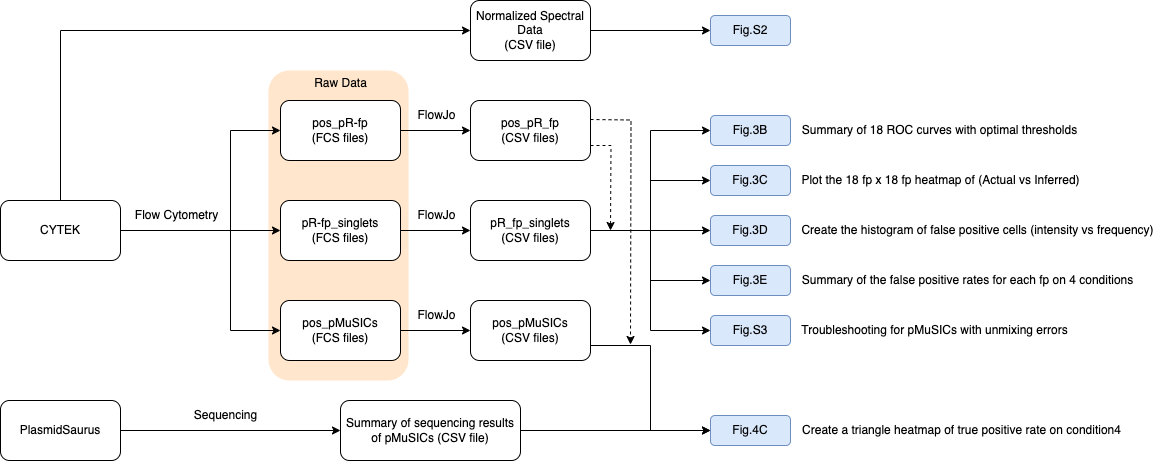
Above: structure_tree.png in birtwistlelab/MuSIC-Fluorescent-Protein-Barcodes--Spectral_Unmixing (draw.io), before the change. Source tidied: cells renumbered, new cells last; positions are measured from the earlier drawing's top-left corner, leaving out a move shared by most shapes. Its diagram source:
```xml
<mxGraphModel>
  <root>
    <mxCell id="0" />
    <mxCell id="1" parent="0" />
    <mxCell id="2" style="rounded=1;whiteSpace=wrap;html=1;fillStyle=solid;strokeWidth=2;glass=0;fillColor=#ffe6cc;strokeColor=none;" parent="1" vertex="1">
      <mxGeometry x="268" y="70" width="140" height="310" as="geometry" />
    </mxCell>
    <mxCell id="3" style="edgeStyle=orthogonalEdgeStyle;rounded=0;jettySize=auto;html=1;exitX=1;exitY=0.5;exitDx=0;exitDy=0;entryX=0;entryY=0.5;entryDx=0;entryDy=0;" parent="1" edge="1" source="4" target="19">
      <mxGeometry relative="1" as="geometry" />
    </mxCell>
    <mxCell id="4" value="pos_pR-fp&lt;div&gt;&lt;span style=&quot;background-color: initial;&quot;&gt;(FCS files)&lt;/span&gt;&lt;/div&gt;" style="rounded=1;whiteSpace=wrap;html=1;" parent="1" vertex="1">
      <mxGeometry x="280" y="100" width="120" height="60" as="geometry" />
    </mxCell>
    <mxCell id="5" style="edgeStyle=orthogonalEdgeStyle;rounded=0;jettySize=auto;html=1;exitX=1;exitY=0.5;exitDx=0;exitDy=0;entryX=0;entryY=0.5;entryDx=0;entryDy=0;" parent="1" edge="1" source="6" target="16">
      <mxGeometry relative="1" as="geometry" />
    </mxCell>
    <mxCell id="6" value="pos_pMuSICs&lt;div&gt;(&lt;span style=&quot;background-color: initial;&quot;&gt;FCS files)&lt;/span&gt;&lt;/div&gt;" style="rounded=1;whiteSpace=wrap;html=1;" parent="1" vertex="1">
      <mxGeometry x="280" y="300" width="120" height="60" as="geometry" />
    </mxCell>
    <mxCell id="7" style="edgeStyle=orthogonalEdgeStyle;rounded=0;jettySize=auto;html=1;exitX=1;exitY=0.5;exitDx=0;exitDy=0;entryX=0;entryY=0.5;entryDx=0;entryDy=0;" parent="1" edge="1" source="8" target="14">
      <mxGeometry relative="1" as="geometry" />
    </mxCell>
    <mxCell id="8" value="pR-fp_singlets&lt;div&gt;(&lt;span style=&quot;background-color: initial;&quot;&gt;FCS files)&lt;/span&gt;&lt;/div&gt;" style="rounded=1;whiteSpace=wrap;html=1;" parent="1" vertex="1">
      <mxGeometry x="280" y="200" width="120" height="60" as="geometry" />
    </mxCell>
    <mxCell id="9" style="edgeStyle=orthogonalEdgeStyle;rounded=0;jettySize=auto;html=1;exitX=1;exitY=0.5;exitDx=0;exitDy=0;entryX=0;entryY=0.5;entryDx=0;entryDy=0;" parent="1" edge="1" source="14" target="23">
      <mxGeometry relative="1" as="geometry" />
    </mxCell>
    <mxCell id="10" style="edgeStyle=orthogonalEdgeStyle;rounded=0;jettySize=auto;html=1;exitX=1;exitY=0.5;exitDx=0;exitDy=0;entryX=0;entryY=0.5;entryDx=0;entryDy=0;" parent="1" edge="1" source="14" target="24">
      <mxGeometry relative="1" as="geometry" />
    </mxCell>
    <mxCell id="11" style="edgeStyle=orthogonalEdgeStyle;rounded=0;jettySize=auto;html=1;exitX=1;exitY=0.5;exitDx=0;exitDy=0;entryX=0;entryY=0.5;entryDx=0;entryDy=0;" parent="1" edge="1" source="14" target="25">
      <mxGeometry relative="1" as="geometry" />
    </mxCell>
    <mxCell id="12" style="edgeStyle=orthogonalEdgeStyle;rounded=0;jettySize=auto;html=1;exitX=1;exitY=0.5;exitDx=0;exitDy=0;entryX=0;entryY=0.5;entryDx=0;entryDy=0;" parent="1" edge="1" source="14" target="26">
      <mxGeometry relative="1" as="geometry" />
    </mxCell>
    <mxCell id="13" style="edgeStyle=orthogonalEdgeStyle;rounded=0;jettySize=auto;html=1;exitX=1;exitY=0.5;exitDx=0;exitDy=0;entryX=0;entryY=0.5;entryDx=0;entryDy=0;" parent="1" edge="1" source="14" target="39">
      <mxGeometry relative="1" as="geometry" />
    </mxCell>
    <mxCell id="14" value="pR_fp_singlets&lt;div&gt;(CSV files)&lt;br&gt;&lt;/div&gt;" style="rounded=1;whiteSpace=wrap;html=1;" parent="1" vertex="1">
      <mxGeometry x="470" y="200" width="120" height="60" as="geometry" />
    </mxCell>
    <mxCell id="15" style="edgeStyle=orthogonalEdgeStyle;rounded=0;jettySize=auto;html=1;exitX=1;exitY=0.75;exitDx=0;exitDy=0;entryX=0;entryY=0.5;entryDx=0;entryDy=0;" parent="1" edge="1" source="16" target="40">
      <mxGeometry relative="1" as="geometry" />
    </mxCell>
    <mxCell id="16" value="pos_pMuSICs&lt;div&gt;(CSV files)&lt;br&gt;&lt;/div&gt;" style="rounded=1;whiteSpace=wrap;html=1;" parent="1" vertex="1">
      <mxGeometry x="470" y="300" width="120" height="60" as="geometry" />
    </mxCell>
    <mxCell id="17" style="edgeStyle=orthogonalEdgeStyle;rounded=0;jettySize=auto;html=1;exitX=1;exitY=0.75;exitDx=0;exitDy=0;dashed=1;" parent="1" edge="1" source="19">
      <mxGeometry relative="1" as="geometry">
        <mxPoint x="610" y="230" as="targetPoint" />
      </mxGeometry>
    </mxCell>
    <mxCell id="18" style="edgeStyle=orthogonalEdgeStyle;rounded=0;orthogonalLoop=1;jettySize=auto;html=1;exitX=1;exitY=0.25;exitDx=0;exitDy=0;dashed=1;" parent="1" edge="1">
      <mxGeometry relative="1" as="geometry">
        <mxPoint x="590" y="119" as="sourcePoint" />
        <mxPoint x="630" y="344" as="targetPoint" />
      </mxGeometry>
    </mxCell>
    <mxCell id="19" value="pos_pR_fp&lt;div&gt;(CSV files)&lt;/div&gt;" style="rounded=1;whiteSpace=wrap;html=1;" parent="1" vertex="1">
      <mxGeometry x="470" y="100" width="120" height="60" as="geometry" />
    </mxCell>
    <mxCell id="20" value="FlowJo" style="text;html=1;align=center;verticalAlign=middle;strokeColor=none;fillColor=none;" parent="1" vertex="1">
      <mxGeometry x="406" y="100" width="60" height="30" as="geometry" />
    </mxCell>
    <mxCell id="21" value="FlowJo" style="text;html=1;align=center;verticalAlign=middle;strokeColor=none;fillColor=none;" parent="1" vertex="1">
      <mxGeometry x="406" y="200" width="60" height="30" as="geometry" />
    </mxCell>
    <mxCell id="22" value="FlowJo" style="text;html=1;align=center;verticalAlign=middle;strokeColor=none;fillColor=none;" parent="1" vertex="1">
      <mxGeometry x="406" y="300" width="60" height="30" as="geometry" />
    </mxCell>
    <mxCell id="23" value="Fig.3B" style="rounded=1;whiteSpace=wrap;html=1;fillColor=#dae8fc;strokeColor=#6c8ebf;" parent="1" vertex="1">
      <mxGeometry x="710" y="115" width="80" height="30" as="geometry" />
    </mxCell>
    <mxCell id="24" value="Fig.3C" style="rounded=1;whiteSpace=wrap;html=1;fillColor=#dae8fc;strokeColor=#6c8ebf;" parent="1" vertex="1">
      <mxGeometry x="710" y="165" width="80" height="30" as="geometry" />
    </mxCell>
    <mxCell id="25" value="Fig.3D" style="rounded=1;whiteSpace=wrap;html=1;fillColor=#dae8fc;strokeColor=#6c8ebf;" parent="1" vertex="1">
      <mxGeometry x="710" y="215" width="80" height="30" as="geometry" />
    </mxCell>
    <mxCell id="26" value="Fig.3E" style="rounded=1;whiteSpace=wrap;html=1;fillColor=#dae8fc;strokeColor=#6c8ebf;" parent="1" vertex="1">
      <mxGeometry x="710" y="265" width="80" height="30" as="geometry" />
    </mxCell>
    <mxCell id="27" style="edgeStyle=orthogonalEdgeStyle;rounded=0;jettySize=auto;html=1;exitX=1;exitY=0.5;exitDx=0;exitDy=0;entryX=0;entryY=0.5;entryDx=0;entryDy=0;" parent="1" edge="1" source="28" target="34">
      <mxGeometry relative="1" as="geometry" />
    </mxCell>
    <mxCell id="28" value="Normalized Spectral Data&lt;div&gt;(CSV file)&lt;/div&gt;" style="rounded=1;whiteSpace=wrap;html=1;" parent="1" vertex="1">
      <mxGeometry x="470" width="120" height="60" as="geometry" />
    </mxCell>
    <mxCell id="29" style="edgeStyle=orthogonalEdgeStyle;rounded=0;jettySize=auto;html=1;exitX=1;exitY=0.5;exitDx=0;exitDy=0;entryX=0;entryY=0.5;entryDx=0;entryDy=0;" parent="1" edge="1" source="33" target="4">
      <mxGeometry relative="1" as="geometry">
        <Array as="points">
          <mxPoint x="230" y="230" />
          <mxPoint x="230" y="130" />
        </Array>
      </mxGeometry>
    </mxCell>
    <mxCell id="30" style="edgeStyle=orthogonalEdgeStyle;rounded=0;jettySize=auto;html=1;exitX=1;exitY=0.5;exitDx=0;exitDy=0;entryX=0;entryY=0.5;entryDx=0;entryDy=0;" parent="1" edge="1" source="33" target="8">
      <mxGeometry relative="1" as="geometry" />
    </mxCell>
    <mxCell id="31" style="edgeStyle=orthogonalEdgeStyle;rounded=0;jettySize=auto;html=1;exitX=1;exitY=0.5;exitDx=0;exitDy=0;entryX=0;entryY=0.5;entryDx=0;entryDy=0;" parent="1" edge="1" source="33" target="6">
      <mxGeometry relative="1" as="geometry">
        <Array as="points">
          <mxPoint x="230" y="230" />
          <mxPoint x="230" y="330" />
        </Array>
      </mxGeometry>
    </mxCell>
    <mxCell id="32" style="edgeStyle=orthogonalEdgeStyle;rounded=0;jettySize=auto;html=1;exitX=0.5;exitY=0;exitDx=0;exitDy=0;entryX=0;entryY=0.5;entryDx=0;entryDy=0;" parent="1" edge="1" source="33" target="28">
      <mxGeometry relative="1" as="geometry" />
    </mxCell>
    <mxCell id="33" value="CYTEK" style="rounded=1;whiteSpace=wrap;html=1;" parent="1" vertex="1">
      <mxGeometry y="200" width="120" height="60" as="geometry" />
    </mxCell>
    <mxCell id="34" value="Fig.S2" style="rounded=1;whiteSpace=wrap;html=1;fillColor=#dae8fc;strokeColor=#6c8ebf;" parent="1" vertex="1">
      <mxGeometry x="710" y="15" width="80" height="30" as="geometry" />
    </mxCell>
    <mxCell id="35" style="edgeStyle=orthogonalEdgeStyle;rounded=0;jettySize=auto;html=1;exitX=1;exitY=0.5;exitDx=0;exitDy=0;entryX=0;entryY=0.5;entryDx=0;entryDy=0;" parent="1" edge="1" source="36" target="38">
      <mxGeometry relative="1" as="geometry" />
    </mxCell>
    <mxCell id="36" value="PlasmidSaurus" style="rounded=1;whiteSpace=wrap;html=1;" parent="1" vertex="1">
      <mxGeometry y="400" width="120" height="60" as="geometry" />
    </mxCell>
    <mxCell id="37" style="edgeStyle=orthogonalEdgeStyle;rounded=0;jettySize=auto;html=1;exitX=1;exitY=0.5;exitDx=0;exitDy=0;entryX=0;entryY=0.5;entryDx=0;entryDy=0;" parent="1" edge="1" source="38" target="40">
      <mxGeometry relative="1" as="geometry" />
    </mxCell>
    <mxCell id="38" value="Summary of sequencing results of pMuSICs (CSV file)" style="rounded=1;whiteSpace=wrap;html=1;" parent="1" vertex="1">
      <mxGeometry x="340" y="400" width="180" height="60" as="geometry" />
    </mxCell>
    <mxCell id="39" value="Fig.S3" style="rounded=1;whiteSpace=wrap;html=1;fillColor=#dae8fc;strokeColor=#6c8ebf;" parent="1" vertex="1">
      <mxGeometry x="710" y="315" width="80" height="30" as="geometry" />
    </mxCell>
    <mxCell id="40" value="Fig.4C" style="rounded=1;whiteSpace=wrap;html=1;fillColor=#dae8fc;strokeColor=#6c8ebf;" parent="1" vertex="1">
      <mxGeometry x="710" y="415" width="80" height="30" as="geometry" />
    </mxCell>
    <mxCell id="41" value="Summary of 18 ROC curves with optimal thresholds" style="text;html=1;align=center;verticalAlign=middle;strokeColor=none;fillColor=none;" parent="1" vertex="1">
      <mxGeometry x="789" y="115" width="300" height="30" as="geometry" />
    </mxCell>
    <mxCell id="42" value="Plot the 18 fp x 18 fp heatmap of (Actual vs Inferred)" style="text;html=1;align=center;verticalAlign=middle;strokeColor=none;fillColor=none;" parent="1" vertex="1">
      <mxGeometry x="790" y="165" width="300" height="30" as="geometry" />
    </mxCell>
    <mxCell id="43" value="Create the histogram of false positive cells (intensity vs frequency)" style="text;html=1;align=center;verticalAlign=middle;strokeColor=none;fillColor=none;" parent="1" vertex="1">
      <mxGeometry x="787" y="215" width="380" height="30" as="geometry" />
    </mxCell>
    <mxCell id="44" value="Summary of the false positive rates for each fp on 4 conditions" style="text;html=1;align=center;verticalAlign=middle;strokeColor=none;fillColor=none;" parent="1" vertex="1">
      <mxGeometry x="787" y="265" width="360" height="30" as="geometry" />
    </mxCell>
    <mxCell id="45" value="Troubleshooting for pMuSICs with unmixing errors" style="text;html=1;align=center;verticalAlign=middle;strokeColor=none;fillColor=none;" parent="1" vertex="1">
      <mxGeometry x="789" y="315" width="290" height="30" as="geometry" />
    </mxCell>
    <mxCell id="46" value="Create a triangle heatmap of true positive rate on condition4" style="text;html=1;align=center;verticalAlign=middle;strokeColor=none;fillColor=none;" parent="1" vertex="1">
      <mxGeometry x="791" y="415" width="340" height="30" as="geometry" />
    </mxCell>
    <mxCell id="47" value="Raw Data" style="text;html=1;align=center;verticalAlign=middle;strokeColor=none;fillColor=none;" parent="1" vertex="1">
      <mxGeometry x="300" y="68" width="80" height="30" as="geometry" />
    </mxCell>
    <mxCell id="48" value="Flow Cytometry" style="text;html=1;align=center;verticalAlign=middle;strokeColor=none;fillColor=none;" parent="1" vertex="1">
      <mxGeometry x="121" y="200" width="110" height="30" as="geometry" />
    </mxCell>
    <mxCell id="49" value="Sequencing" style="text;html=1;align=center;verticalAlign=middle;strokeColor=none;fillColor=none;" parent="1" vertex="1">
      <mxGeometry x="180" y="400" width="90" height="30" as="geometry" />
    </mxCell>
  </root>
</mxGraphModel>
```
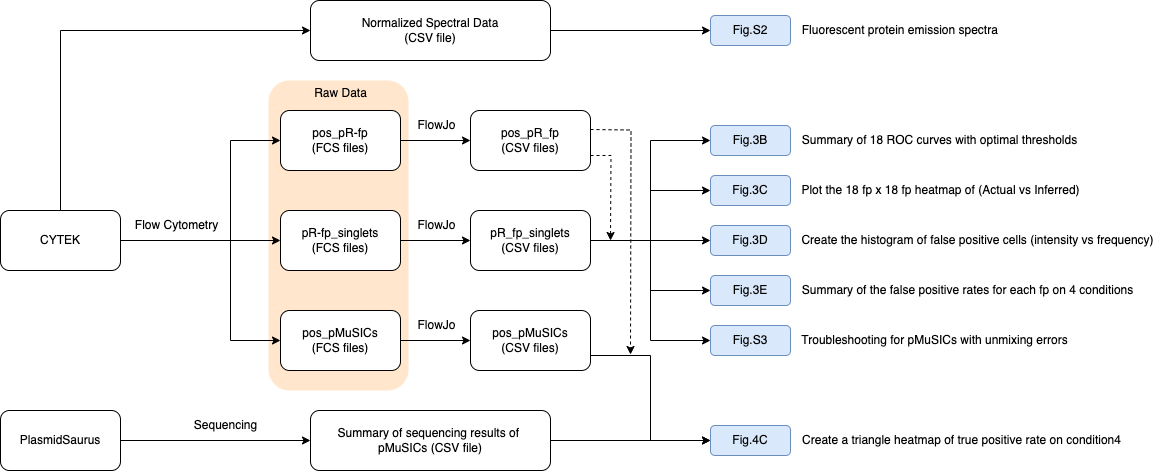
The same diagram one commit later.

Change to the diagram source:
```diff
@@ -86,7 +86,7 @@
       <mxGeometry relative="1" as="geometry" />
     </mxCell>
     <mxCell id="28" value="Normalized Spectral Data&lt;div&gt;(CSV file)&lt;/div&gt;" style="rounded=1;whiteSpace=wrap;html=1;" parent="1" vertex="1">
-      <mxGeometry x="470" width="120" height="60" as="geometry" />
+      <mxGeometry x="310" y="-10" width="240" height="60" as="geometry" />
     </mxCell>
     <mxCell id="29" style="edgeStyle=orthogonalEdgeStyle;rounded=0;jettySize=auto;html=1;exitX=1;exitY=0.5;exitDx=0;exitDy=0;entryX=0;entryY=0.5;entryDx=0;entryDy=0;" parent="1" edge="1" source="33" target="4">
       <mxGeometry relative="1" as="geometry">
@@ -114,7 +114,7 @@
       <mxGeometry y="200" width="120" height="60" as="geometry" />
     </mxCell>
     <mxCell id="34" value="Fig.S2" style="rounded=1;whiteSpace=wrap;html=1;fillColor=#dae8fc;strokeColor=#6c8ebf;" parent="1" vertex="1">
-      <mxGeometry x="710" y="15" width="80" height="30" as="geometry" />
+      <mxGeometry x="710" y="5" width="80" height="30" as="geometry" />
     </mxCell>
     <mxCell id="35" style="edgeStyle=orthogonalEdgeStyle;rounded=0;jettySize=auto;html=1;exitX=1;exitY=0.5;exitDx=0;exitDy=0;entryX=0;entryY=0.5;entryDx=0;entryDy=0;" parent="1" edge="1" source="36" target="38">
       <mxGeometry relative="1" as="geometry" />
@@ -125,8 +125,8 @@
     <mxCell id="37" style="edgeStyle=orthogonalEdgeStyle;rounded=0;jettySize=auto;html=1;exitX=1;exitY=0.5;exitDx=0;exitDy=0;entryX=0;entryY=0.5;entryDx=0;entryDy=0;" parent="1" edge="1" source="38" target="40">
       <mxGeometry relative="1" as="geometry" />
     </mxCell>
-    <mxCell id="38" value="Summary of sequencing results of pMuSICs (CSV file)" style="rounded=1;whiteSpace=wrap;html=1;" parent="1" vertex="1">
-      <mxGeometry x="340" y="400" width="180" height="60" as="geometry" />
+    <mxCell id="38" value="Summary of sequencing results of&amp;nbsp;&lt;div&gt;pMuSICs (CSV file)&lt;/div&gt;" style="rounded=1;whiteSpace=wrap;html=1;" parent="1" vertex="1">
+      <mxGeometry x="310" y="400" width="240" height="60" as="geometry" />
     </mxCell>
     <mxCell id="39" value="Fig.S3" style="rounded=1;whiteSpace=wrap;html=1;fillColor=#dae8fc;strokeColor=#6c8ebf;" parent="1" vertex="1">
       <mxGeometry x="710" y="315" width="80" height="30" as="geometry" />
@@ -161,5 +161,8 @@
     <mxCell id="49" value="Sequencing" style="text;html=1;align=center;verticalAlign=middle;strokeColor=none;fillColor=none;" parent="1" vertex="1">
       <mxGeometry x="180" y="400" width="90" height="30" as="geometry" />
     </mxCell>
+    <mxCell id="50" value="Fluorescent protein emission spectra&amp;nbsp;" style="text;html=1;align=center;verticalAlign=middle;strokeColor=none;fillColor=none;" parent="1" vertex="1">
+      <mxGeometry x="791" y="5" width="220" height="30" as="geometry" />
+    </mxCell>
   </root>
 </mxGraphModel>
```
